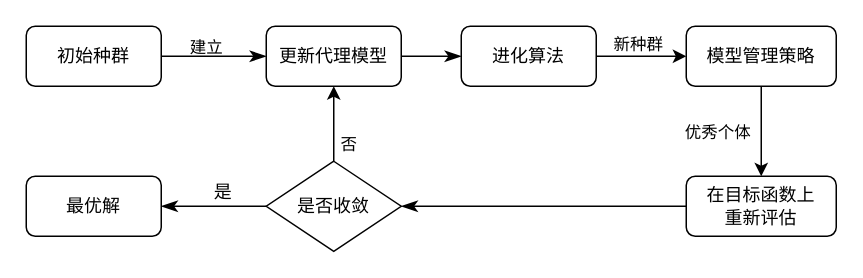
Earlier version of the draw.io diagram SAEA.drawio (GushanFall/draw.io). Source tidied: cells renumbered, new cells numbered last; positions are measured from the earlier drawing's top-left corner, leaving out a move shared by most shapes. Both pictures are drawn from the tidied source at 150%, with x=0, y=0 at pixel (26, 26).
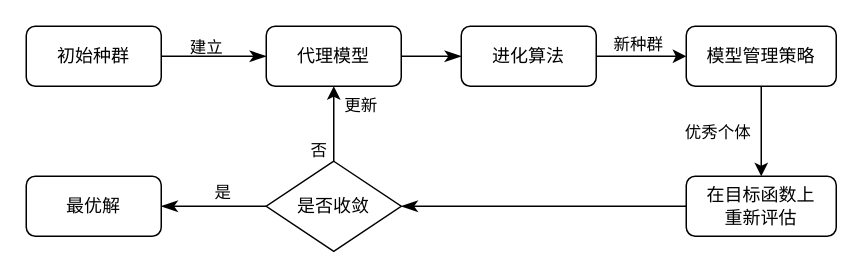
After the change.

Unchanged cells that the change refers to:
```xml
<mxCell id="12" style="edgeStyle=orthogonalEdgeStyle;rounded=0;jettySize=auto;html=1;shadow=0;strokeColor=#000000;strokeWidth=1;align=center;verticalAlign=middle;fontFamily=Helvetica;fontSize=12;fontColor=default;labelBackgroundColor=none;endArrow=classicThin;endFill=1;endSize=8;" parent="1" edge="1" source="16" target="17">
  <mxGeometry relative="1" as="geometry" />
</mxCell>
<mxCell id="14" style="edgeStyle=orthogonalEdgeStyle;rounded=0;jettySize=auto;html=1;exitX=0.5;exitY=0;exitDx=0;exitDy=0;entryX=0.5;entryY=1;entryDx=0;entryDy=0;" parent="1" edge="1" source="16" target="6">
  <mxGeometry relative="1" as="geometry" />
</mxCell>
```

What changed in the source:
```diff
@@
-    <mxCell id="6" value="更新代理模型" style="rounded=1;whiteSpace=wrap;html=1;" parent="1" vertex="1">
+    <mxCell id="6" value="代理模型" style="rounded=1;whiteSpace=wrap;html=1;" parent="1" vertex="1">
       <mxGeometry x="160" width="90" height="40" as="geometry" />
     </mxCell>
@@
-    <mxCell id="13" value="是" style="edgeLabel;html=1;align=center;verticalAlign=middle;rounded=1;strokeColor=default;fontFamily=Helvetica;fontSize=12;fontColor=default;fillColor=default;" parent="12" vertex="1">
+    <mxCell id="13" value="是" style="edgeLabel;html=1;align=center;verticalAlign=middle;rounded=1;strokeColor=default;fontFamily=Helvetica;fontSize=11;fontColor=default;fillColor=default;" parent="12" vertex="1">
       <mxGeometry x="-0.32" y="2" relative="1" as="geometry">
         <mxPoint x="-6" y="-12" as="offset" />
       </mxGeometry>
     </mxCell>
@@
     <mxCell id="15" value="否" style="edgeLabel;html=1;align=center;verticalAlign=middle;" parent="14" vertex="1">
       <mxGeometry y="-2" relative="1" as="geometry">
-        <mxPoint x="7" y="13" as="offset" />
+        <mxPoint x="-13" y="17" as="offset" />
       </mxGeometry>
     </mxCell>
+    <mxCell id="21" value="更新" style="edgeLabel;html=1;align=center;verticalAlign=middle;" parent="14" vertex="1">
+      <mxGeometry x="0.22" y="-3" relative="1" as="geometry">
+        <mxPoint x="14" y="-7" as="offset" />
+      </mxGeometry>
+    </mxCell>
```
